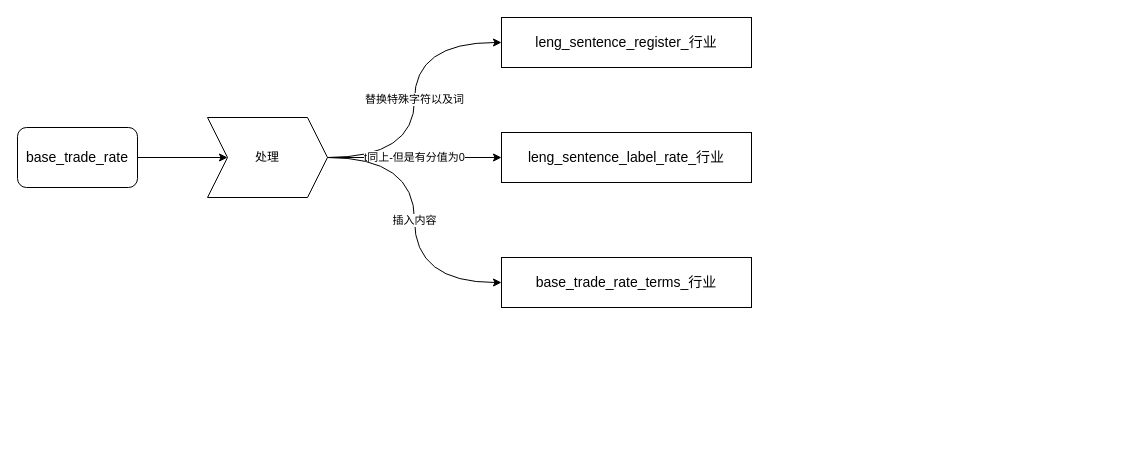
This is 流程图/voc大数据.drawio from xiaoa1/liuchengtu, a draw.io file, before an edit. Source tidied: cells renumbered, new cells numbered last; positions are measured from the earlier drawing's top-left corner, leaving out a move shared by most shapes. Both pictures are drawn from the tidied source at 100%, with x=0, y=0 at pixel (17, 17).
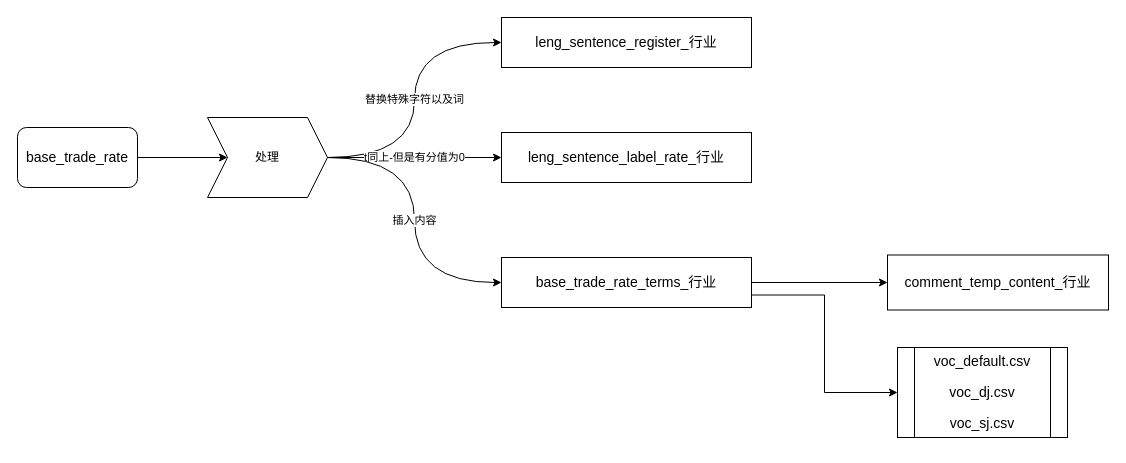
The same diagram, later.

Commit message:
更新voc大数据.drawio

Diff of the diagram source:
```diff
@@
 <mxGraphModel>
   <root>
     <mxCell id="0" />
     <mxCell id="1" parent="0" />
     <mxCell id="2" style="edgeStyle=orthogonalEdgeStyle;rounded=0;jettySize=auto;html=1;exitX=1;exitY=0.5;exitDx=0;exitDy=0;entryX=0;entryY=0.5;entryDx=0;entryDy=0;" parent="1" edge="1" source="3" target="8">
       <mxGeometry relative="1" as="geometry" />
     </mxCell>
     <mxCell id="3" value="&lt;pre style=&quot;background-color: rgb(255, 255, 255); font-family: 宋体; font-size: 10.5pt;&quot;&gt;base_trade_rate&lt;/pre&gt;" style="rounded=1;whiteSpace=wrap;html=1;" parent="1" vertex="1">
       <mxGeometry y="110" width="120" height="60" as="geometry" />
     </mxCell>
+    <mxCell id="11" style="edgeStyle=orthogonalEdgeStyle;rounded=0;jettySize=auto;html=1;" parent="1" edge="1" source="4" target="13">
+      <mxGeometry relative="1" as="geometry" />
+    </mxCell>
+    <mxCell id="12" style="edgeStyle=orthogonalEdgeStyle;rounded=0;jettySize=auto;html=1;exitX=1;exitY=0.75;exitDx=0;exitDy=0;entryX=0;entryY=0.5;entryDx=0;entryDy=0;" parent="1" edge="1" source="4" target="14">
+      <mxGeometry relative="1" as="geometry" />
+    </mxCell>
     <mxCell id="4" value="&lt;pre style=&quot;border-color: var(--border-color); font-family: 宋体; font-size: 10.5pt;&quot;&gt;base_trade_rate_terms_行业&lt;/pre&gt;" style="rounded=0;whiteSpace=wrap;html=1;" parent="1" vertex="1">
       <mxGeometry x="484" y="240" width="250" height="50" as="geometry" />
     </mxCell>
     <mxCell id="5" value="替换特殊字符以及词" style="edgeStyle=orthogonalEdgeStyle;rounded=0;jettySize=auto;html=1;exitX=1;exitY=0.5;exitDx=0;exitDy=0;entryX=0;entryY=0.5;entryDx=0;entryDy=0;curved=1;" parent="1" edge="1" source="8" target="9">
       <mxGeometry relative="1" as="geometry" />
     </mxCell>
     <mxCell id="6" value="t同上-但是有分值为0" style="edgeStyle=orthogonalEdgeStyle;rounded=0;jettySize=auto;html=1;exitX=1;exitY=0.5;exitDx=0;exitDy=0;entryX=0;entryY=0.5;entryDx=0;entryDy=0;" parent="1" edge="1" source="8" target="10">
       <mxGeometry relative="1" as="geometry" />
     </mxCell>
     <mxCell id="7" value="插入内容" style="edgeStyle=orthogonalEdgeStyle;rounded=0;jettySize=auto;html=1;exitX=1;exitY=0.5;exitDx=0;exitDy=0;entryX=0;entryY=0.5;entryDx=0;entryDy=0;curved=1;" parent="1" edge="1" source="8" target="4">
       <mxGeometry relative="1" as="geometry" />
     </mxCell>
     <mxCell id="8" value="处理" style="shape=step;perimeter=stepPerimeter;whiteSpace=wrap;html=1;fixedSize=1;" parent="1" vertex="1">
       <mxGeometry x="190" y="100" width="120" height="80" as="geometry" />
     </mxCell>
     <mxCell id="9" value="&lt;pre style=&quot;border-color: var(--border-color); font-family: 宋体; font-size: 10.5pt;&quot;&gt;leng_sentence_register_行业&lt;/pre&gt;" style="rounded=0;whiteSpace=wrap;html=1;" parent="1" vertex="1">
       <mxGeometry x="484" width="250" height="50" as="geometry" />
     </mxCell>
     <mxCell id="10" value="&lt;pre style=&quot;border-color: var(--border-color); font-family: 宋体; font-size: 10.5pt;&quot;&gt;leng_sentence_label_rate_行业&lt;/pre&gt;" style="rounded=0;whiteSpace=wrap;html=1;" parent="1" vertex="1">
       <mxGeometry x="484" y="115" width="250" height="50" as="geometry" />
     </mxCell>
+    <mxCell id="13" value="&lt;pre style=&quot;background-color: rgb(255, 255, 255); font-family: 宋体; font-size: 10.5pt;&quot;&gt;comment_temp_content_行业&lt;/pre&gt;" style="whiteSpace=wrap;html=1;rounded=0;" parent="1" vertex="1">
+      <mxGeometry x="870" y="237.5" width="221" height="55" as="geometry" />
+    </mxCell>
+    <mxCell id="14" value="&lt;pre style=&quot;background-color: rgb(255, 255, 255); font-family: 宋体; font-size: 10.5pt;&quot;&gt;voc_default.csv&lt;/pre&gt;&lt;pre style=&quot;background-color: rgb(255, 255, 255); font-family: 宋体; font-size: 10.5pt;&quot;&gt;&lt;pre style=&quot;font-family: 宋体; font-size: 10.5pt;&quot;&gt;voc_dj.csv&lt;/pre&gt;&lt;pre style=&quot;font-family: 宋体; font-size: 10.5pt;&quot;&gt;voc_sj.csv&lt;/pre&gt;&lt;/pre&gt;" style="shape=process;whiteSpace=wrap;html=1;backgroundOutline=1;" parent="1" vertex="1">
+      <mxGeometry x="880" y="330" width="170" height="90" as="geometry" />
+    </mxCell>
   </root>
 </mxGraphModel>
```
